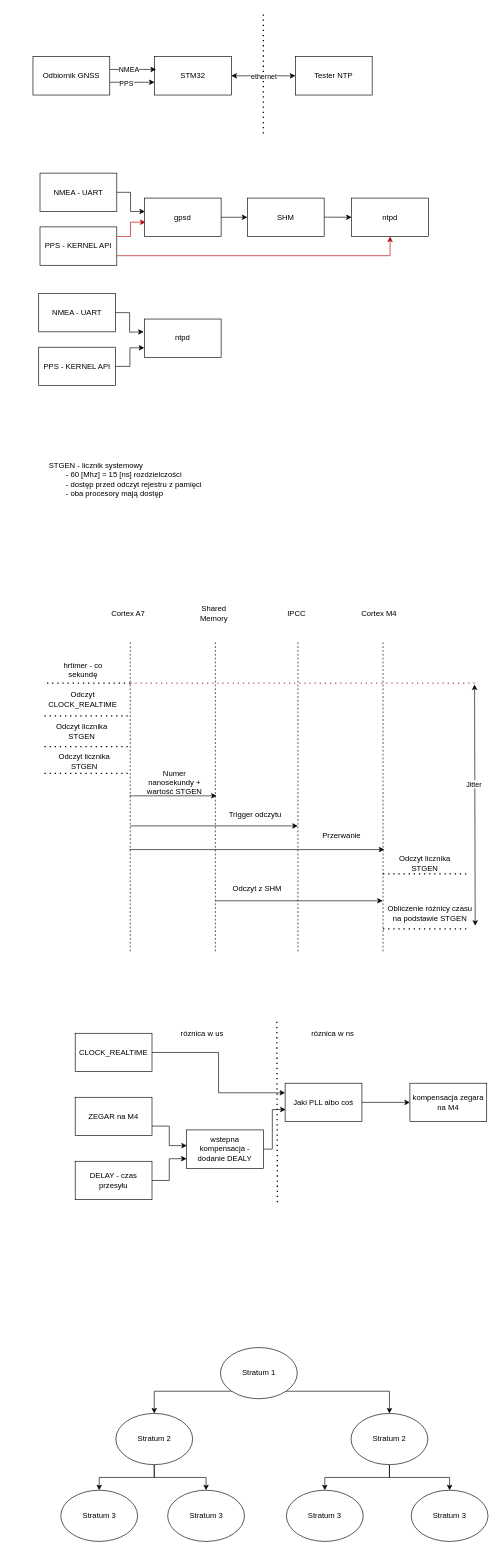
Above: page "Page-1" (1 of 3) of Untitled Diagram.drawio in DominikBudzynski/custom_ntp (draw.io), before the change. Source tidied: cells renumbered, new cells numbered last; positions are measured from the earlier drawing's top-left corner, leaving out a move shared by most shapes. Both pictures are drawn from the tidied source at 64%, with x=0, y=0 at pixel (33, 12).
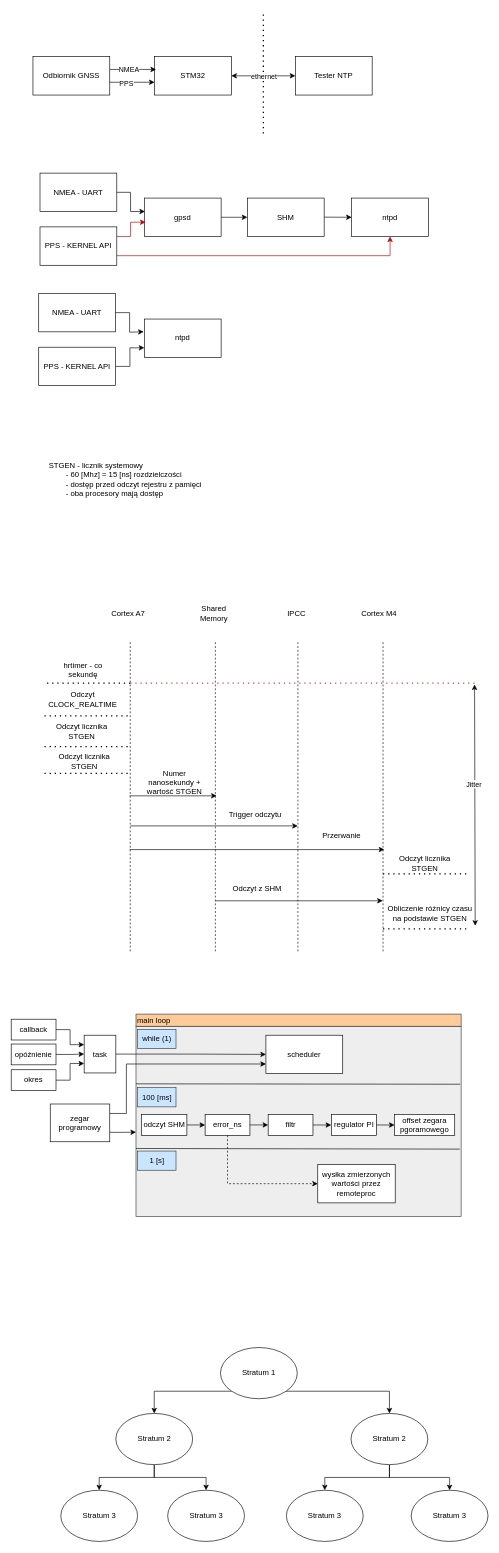
The same page after the edit.

What changed in the source:
```diff
@@
-    <mxCell id="59" style="edgeStyle=orthogonalEdgeStyle;rounded=0;jettySize=auto;html=1;entryX=0;entryY=0.25;entryDx=0;entryDy=0;" parent="1" edge="1" source="60" target="67">
-      <mxGeometry relative="1" as="geometry" />
-    </mxCell>
-    <mxCell id="60" value="CLOCK_REALTIME" style="rounded=0;whiteSpace=wrap;html=1;" parent="1" vertex="1">
-      <mxGeometry x="66" y="1596" width="120" height="60" as="geometry" />
-    </mxCell>
-    <mxCell id="61" value="ZEGAR na M4" style="rounded=0;whiteSpace=wrap;html=1;" parent="1" vertex="1">
-      <mxGeometry x="66" y="1696" width="120" height="60" as="geometry" />
-    </mxCell>
-    <mxCell id="62" style="edgeStyle=orthogonalEdgeStyle;rounded=0;jettySize=auto;html=1;exitX=1;exitY=0.5;exitDx=0;exitDy=0;entryX=0;entryY=0.75;entryDx=0;entryDy=0;" parent="1" edge="1" source="63" target="64">
-      <mxGeometry relative="1" as="geometry">
-        <Array as="points">
-          <mxPoint x="213" y="1826" />
-          <mxPoint x="213" y="1792" />
-        </Array>
-      </mxGeometry>
-    </mxCell>
-    <mxCell id="63" value="DELAY - czas przesyłu" style="rounded=0;whiteSpace=wrap;html=1;" parent="1" vertex="1">
-      <mxGeometry x="66" y="1796" width="120" height="60" as="geometry" />
-    </mxCell>
-    <mxCell id="64" value="wstepna kompensacja - dodanie DEALY" style="rounded=0;whiteSpace=wrap;html=1;" parent="1" vertex="1">
-      <mxGeometry x="240" y="1747" width="120" height="60" as="geometry" />
-    </mxCell>
-    <mxCell id="65" style="edgeStyle=orthogonalEdgeStyle;rounded=0;jettySize=auto;html=1;exitX=1;exitY=0.75;exitDx=0;exitDy=0;entryX=0.004;entryY=0.409;entryDx=0;entryDy=0;entryPerimeter=0;" parent="1" edge="1" source="61" target="64">
-      <mxGeometry relative="1" as="geometry" />
-    </mxCell>
-    <mxCell id="66" style="edgeStyle=orthogonalEdgeStyle;rounded=0;jettySize=auto;html=1;exitX=1;exitY=0.5;exitDx=0;exitDy=0;entryX=0;entryY=0.5;entryDx=0;entryDy=0;" parent="1" edge="1" source="67" target="72">
-      <mxGeometry relative="1" as="geometry" />
-    </mxCell>
-    <mxCell id="67" value="Jaki PLL albo coś" style="rounded=0;whiteSpace=wrap;html=1;" parent="1" vertex="1">
-      <mxGeometry x="394" y="1674" width="120" height="60" as="geometry" />
-    </mxCell>
-    <mxCell id="68" style="edgeStyle=orthogonalEdgeStyle;rounded=0;jettySize=auto;html=1;entryX=0.007;entryY=0.687;entryDx=0;entryDy=0;entryPerimeter=0;" parent="1" edge="1" source="64" target="67">
-      <mxGeometry relative="1" as="geometry">
-        <Array as="points">
-          <mxPoint x="374" y="1777" />
-          <mxPoint x="374" y="1715" />
-        </Array>
-      </mxGeometry>
-    </mxCell>
-    <mxCell id="69" style="endArrow=none;dashed=1;html=1;dashPattern=1 3;strokeWidth=2;rounded=0;" parent="1" edge="1">
-      <mxGeometry relative="1" as="geometry">
-        <mxPoint x="382" y="1860" as="sourcePoint" />
-        <mxPoint x="381" y="1576" as="targetPoint" />
-      </mxGeometry>
-    </mxCell>
-    <mxCell id="70" value="róznica w us" style="text;html=1;align=center;verticalAlign=middle;whiteSpace=wrap;rounded=0;" parent="1" vertex="1">
-      <mxGeometry x="222" y="1582" width="85" height="29" as="geometry" />
-    </mxCell>
-    <mxCell id="71" value="róznica w ns" style="text;html=1;align=center;verticalAlign=middle;whiteSpace=wrap;rounded=0;" parent="1" vertex="1">
-      <mxGeometry x="426" y="1582" width="85" height="29" as="geometry" />
-    </mxCell>
-    <mxCell id="72" value="kompensacja zegara na M4" style="rounded=0;whiteSpace=wrap;html=1;" parent="1" vertex="1">
-      <mxGeometry x="589" y="1674" width="120" height="60" as="geometry" />
-    </mxCell>
@@
+    <mxCell id="86" style="rounded=0;whiteSpace=wrap;html=1;fillColor=#eeeeee;strokeColor=#36393d;" parent="1" vertex="1">
+      <mxGeometry x="161" y="1585" width="508" height="297" as="geometry" />
+    </mxCell>
+    <mxCell id="87" style="endArrow=none;html=1;rounded=0;exitX=0.003;exitY=0.24;exitDx=0;exitDy=0;exitPerimeter=0;entryX=1;entryY=0.242;entryDx=0;entryDy=0;entryPerimeter=0;" parent="1" edge="1">
+      <mxGeometry relative="1" as="geometry">
+        <mxPoint x="161" y="1675" as="sourcePoint" />
+        <mxPoint x="667.5" y="1675.6" as="targetPoint" />
+      </mxGeometry>
+    </mxCell>
+    <mxCell id="88" style="endArrow=none;html=1;rounded=0;exitX=0.003;exitY=0.24;exitDx=0;exitDy=0;exitPerimeter=0;entryX=1;entryY=0.242;entryDx=0;entryDy=0;entryPerimeter=0;" parent="1" edge="1">
+      <mxGeometry relative="1" as="geometry">
+        <mxPoint x="161" y="1776" as="sourcePoint" />
+        <mxPoint x="667" y="1777" as="targetPoint" />
+      </mxGeometry>
+    </mxCell>
+    <mxCell id="89" value="while (1)" style="text;html=1;align=center;verticalAlign=middle;whiteSpace=wrap;rounded=0;strokeColor=#36393d;fillColor=#cce5ff;" parent="1" vertex="1">
+      <mxGeometry x="163.5" y="1590" width="60" height="30" as="geometry" />
+    </mxCell>
+    <mxCell id="90" value="100 [ms]" style="text;html=1;align=center;verticalAlign=middle;whiteSpace=wrap;rounded=0;strokeColor=#36393d;fillColor=#cce5ff;" parent="1" vertex="1">
+      <mxGeometry x="163.5" y="1681" width="60" height="30" as="geometry" />
+    </mxCell>
+    <mxCell id="91" value="1 [s]" style="text;html=1;align=center;verticalAlign=middle;whiteSpace=wrap;rounded=0;strokeColor=#36393d;fillColor=#cce5ff;" parent="1" vertex="1">
+      <mxGeometry x="163.5" y="1780" width="60" height="30" as="geometry" />
+    </mxCell>
+    <mxCell id="92" value="scheduler" style="rounded=0;whiteSpace=wrap;html=1;" parent="1" vertex="1">
+      <mxGeometry x="364" y="1599" width="120" height="60" as="geometry" />
+    </mxCell>
+    <mxCell id="93" style="edgeStyle=orthogonalEdgeStyle;rounded=0;jettySize=auto;html=1;exitX=1;exitY=0.5;exitDx=0;exitDy=0;entryX=0;entryY=0.5;entryDx=0;entryDy=0;" parent="1" edge="1" source="94" target="92">
+      <mxGeometry relative="1" as="geometry" />
+    </mxCell>
+    <mxCell id="94" value="task" style="rounded=0;whiteSpace=wrap;html=1;" parent="1" vertex="1">
+      <mxGeometry x="80" y="1599" width="49.5" height="59" as="geometry" />
+    </mxCell>
+    <mxCell id="95" style="edgeStyle=orthogonalEdgeStyle;rounded=0;jettySize=auto;html=1;exitX=1;exitY=0.5;exitDx=0;exitDy=0;entryX=0;entryY=0.5;entryDx=0;entryDy=0;" parent="1" edge="1" source="96" target="98">
+      <mxGeometry relative="1" as="geometry" />
+    </mxCell>
+    <mxCell id="96" value="odczyt SHM" style="rounded=0;whiteSpace=wrap;html=1;" parent="1" vertex="1">
+      <mxGeometry x="169.5" y="1723" width="71" height="32.5" as="geometry" />
+    </mxCell>
+    <mxCell id="97" style="edgeStyle=orthogonalEdgeStyle;rounded=0;jettySize=auto;html=1;exitX=0.5;exitY=1;exitDx=0;exitDy=0;entryX=0;entryY=0.5;entryDx=0;entryDy=0;dashed=1;" parent="1" edge="1" source="98" target="108">
+      <mxGeometry relative="1" as="geometry" />
+    </mxCell>
+    <mxCell id="98" value="error_ns" style="rounded=0;whiteSpace=wrap;html=1;" parent="1" vertex="1">
+      <mxGeometry x="269" y="1723" width="70" height="32.5" as="geometry" />
+    </mxCell>
+    <mxCell id="99" style="edgeStyle=orthogonalEdgeStyle;rounded=0;jettySize=auto;html=1;exitX=1;exitY=0.5;exitDx=0;exitDy=0;entryX=0;entryY=0.5;entryDx=0;entryDy=0;" parent="1" edge="1" target="100">
+      <mxGeometry relative="1" as="geometry">
+        <mxPoint x="339" y="1739.2" as="sourcePoint" />
+      </mxGeometry>
+    </mxCell>
+    <mxCell id="100" value="filtr" style="rounded=0;whiteSpace=wrap;html=1;" parent="1" vertex="1">
+      <mxGeometry x="367.5" y="1723" width="70" height="32.5" as="geometry" />
+    </mxCell>
+    <mxCell id="101" value="main loop" style="rounded=0;whiteSpace=wrap;html=1;fillColor=#ffcc99;strokeColor=#36393d;align=left;" parent="1" vertex="1">
+      <mxGeometry x="161" y="1566" width="508" height="19" as="geometry" />
+    </mxCell>
+    <mxCell id="102" style="edgeStyle=orthogonalEdgeStyle;rounded=0;jettySize=auto;html=1;exitX=1;exitY=0.5;exitDx=0;exitDy=0;entryX=0;entryY=0.25;entryDx=0;entryDy=0;" parent="1" edge="1" source="103" target="94">
+      <mxGeometry relative="1" as="geometry" />
+    </mxCell>
+    <mxCell id="103" value="callback" style="rounded=0;whiteSpace=wrap;html=1;" parent="1" vertex="1">
+      <mxGeometry x="-34" y="1574" width="70" height="32.5" as="geometry" />
+    </mxCell>
+    <mxCell id="104" style="edgeStyle=orthogonalEdgeStyle;rounded=0;jettySize=auto;html=1;exitX=1;exitY=0.5;exitDx=0;exitDy=0;entryX=0;entryY=0.5;entryDx=0;entryDy=0;" parent="1" edge="1" source="105" target="94">
+      <mxGeometry relative="1" as="geometry" />
+    </mxCell>
+    <mxCell id="105" value="opóźnienie" style="rounded=0;whiteSpace=wrap;html=1;" parent="1" vertex="1">
+      <mxGeometry x="-34" y="1612.8" width="70" height="32.5" as="geometry" />
+    </mxCell>
+    <mxCell id="106" style="edgeStyle=orthogonalEdgeStyle;rounded=0;jettySize=auto;html=1;exitX=1;exitY=0.5;exitDx=0;exitDy=0;entryX=0;entryY=0.75;entryDx=0;entryDy=0;" parent="1" edge="1" source="107" target="94">
+      <mxGeometry relative="1" as="geometry" />
+    </mxCell>
+    <mxCell id="107" value="okres" style="rounded=0;whiteSpace=wrap;html=1;" parent="1" vertex="1">
+      <mxGeometry x="-34" y="1653" width="70" height="32.5" as="geometry" />
+    </mxCell>
+    <mxCell id="108" value="wysłka zmierzonych wartości przez remoteproc" style="rounded=0;whiteSpace=wrap;html=1;" parent="1" vertex="1">
+      <mxGeometry x="445" y="1801" width="121" height="60" as="geometry" />
+    </mxCell>
+    <mxCell id="109" value="regulator PI" style="rounded=0;whiteSpace=wrap;html=1;" parent="1" vertex="1">
+      <mxGeometry x="466.5" y="1723" width="70" height="32.5" as="geometry" />
+    </mxCell>
+    <mxCell id="110" value="offset zegara pgoramowego" style="rounded=0;whiteSpace=wrap;html=1;" parent="1" vertex="1">
+      <mxGeometry x="564.8" y="1723" width="94.2" height="32.5" as="geometry" />
+    </mxCell>
+    <mxCell id="111" style="edgeStyle=orthogonalEdgeStyle;rounded=0;jettySize=auto;html=1;exitX=1;exitY=0.25;exitDx=0;exitDy=0;entryX=0;entryY=0.75;entryDx=0;entryDy=0;" parent="1" edge="1" source="112" target="92">
+      <mxGeometry relative="1" as="geometry">
+        <Array as="points">
+          <mxPoint x="146" y="1721" />
+          <mxPoint x="146" y="1644" />
+        </Array>
+      </mxGeometry>
+    </mxCell>
+    <mxCell id="112" value="zegar programowy" style="rounded=0;whiteSpace=wrap;html=1;" parent="1" vertex="1">
+      <mxGeometry x="27" y="1706.5" width="93" height="59" as="geometry" />
+    </mxCell>
+    <mxCell id="113" style="edgeStyle=orthogonalEdgeStyle;rounded=0;jettySize=auto;html=1;exitX=1;exitY=0.75;exitDx=0;exitDy=0;entryX=0;entryY=0.557;entryDx=0;entryDy=0;entryPerimeter=0;" parent="1" edge="1" source="112" target="86">
+      <mxGeometry relative="1" as="geometry" />
+    </mxCell>
+    <mxCell id="114" style="edgeStyle=orthogonalEdgeStyle;rounded=0;orthogonalLoop=1;jettySize=auto;html=1;exitX=1;exitY=0.5;exitDx=0;exitDy=0;entryX=0;entryY=0.5;entryDx=0;entryDy=0;" parent="1" edge="1">
+      <mxGeometry relative="1" as="geometry">
+        <mxPoint x="437.5" y="1739.3" as="sourcePoint" />
+        <mxPoint x="466" y="1739" as="targetPoint" />
+      </mxGeometry>
+    </mxCell>
+    <mxCell id="115" style="edgeStyle=orthogonalEdgeStyle;rounded=0;orthogonalLoop=1;jettySize=auto;html=1;exitX=1;exitY=0.5;exitDx=0;exitDy=0;entryX=0;entryY=0.5;entryDx=0;entryDy=0;" parent="1" edge="1">
+      <mxGeometry relative="1" as="geometry">
+        <mxPoint x="536.5" y="1739.3" as="sourcePoint" />
+        <mxPoint x="565" y="1739" as="targetPoint" />
+      </mxGeometry>
+    </mxCell>
```
